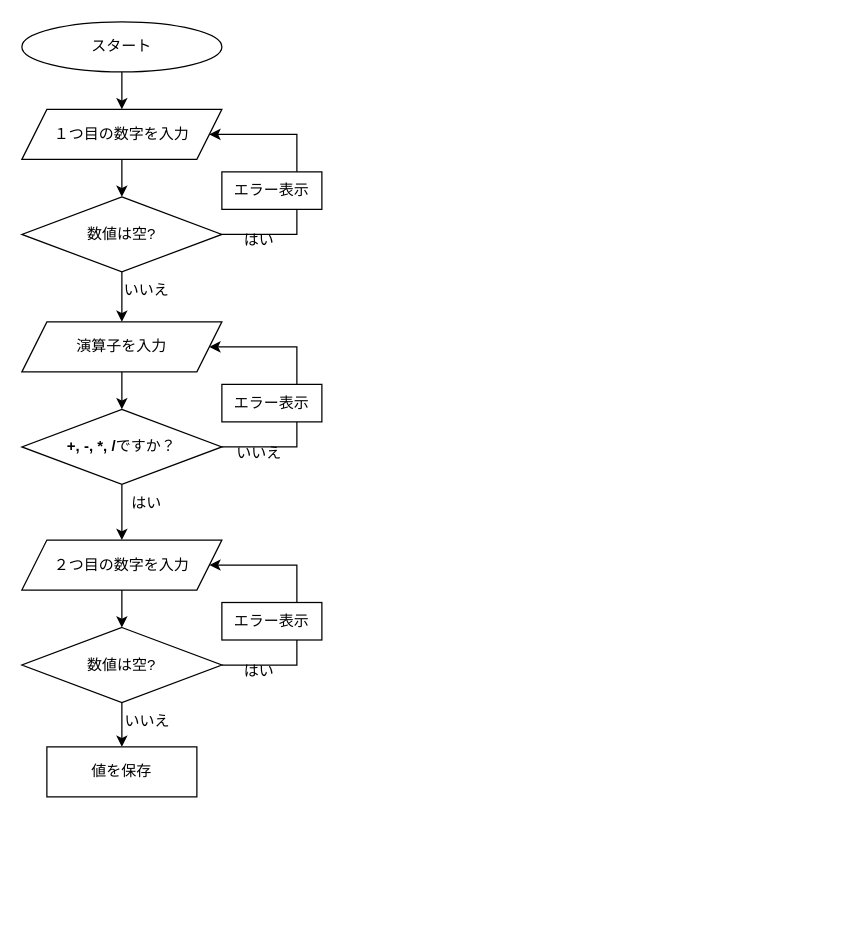
The draw.io diagram Kosen-E/clacls.drawio in kqnade/drawios, before the edit. Source tidied: cells renumbered, new cells numbered last; positions are measured from the earlier drawing's top-left corner, leaving out a move shared by most shapes. Both pictures are drawn from the tidied source at 125%, with x=0, y=0 at pixel (21, 21).
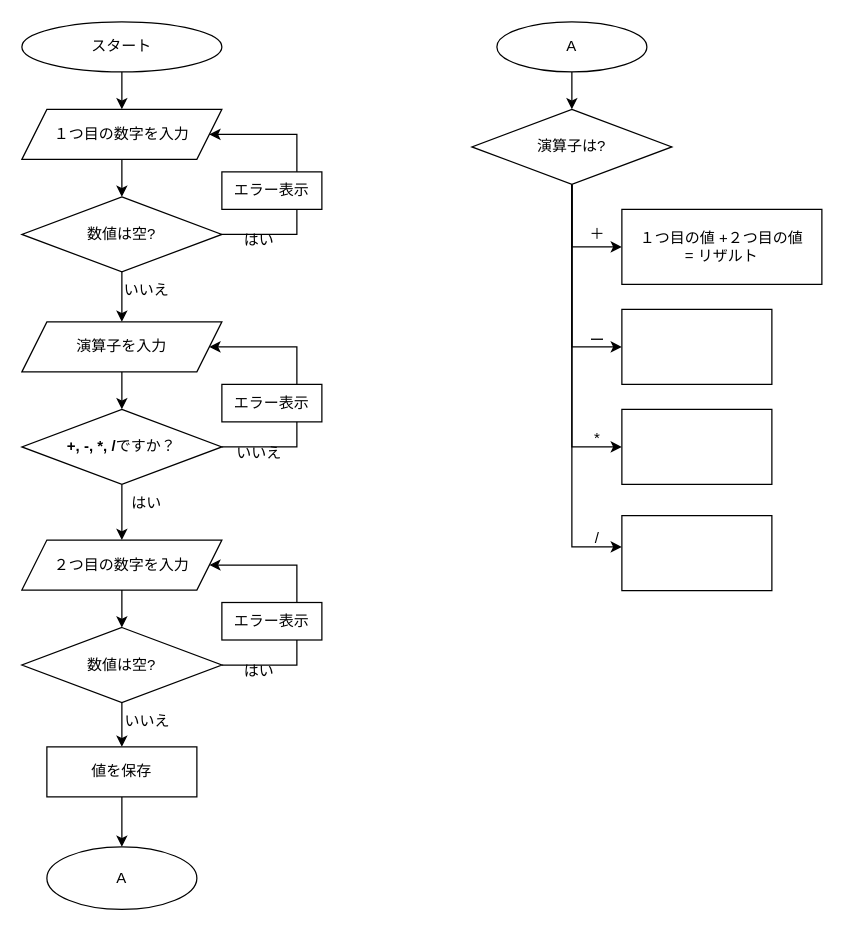
After the change.

Commit message (it also covers changes not shown here):
clacls.drawio を更新します

The change refers to these unchanged cells:
```xml
<mxCell id="27" value="値を保存" style="rounded=0;whiteSpace=wrap;html=1;" parent="1" vertex="1">
  <mxGeometry x="20" y="580" width="120" height="40" as="geometry" />
</mxCell>
```

What changed in the source:
```diff
@@
+    <mxCell id="29" style="edgeStyle=orthogonalEdgeStyle;rounded=0;jettySize=auto;html=1;entryX=0.5;entryY=0;entryDx=0;entryDy=0;" parent="1" edge="1" source="27" target="30">
+      <mxGeometry relative="1" as="geometry" />
+    </mxCell>
@@
+    <mxCell id="30" value="A" style="ellipse;whiteSpace=wrap;html=1;" parent="1" vertex="1">
+      <mxGeometry x="20" y="660" width="120" height="50" as="geometry" />
+    </mxCell>
+    <mxCell id="31" style="edgeStyle=orthogonalEdgeStyle;rounded=0;jettySize=auto;html=1;entryX=0.5;entryY=0;entryDx=0;entryDy=0;" parent="1" edge="1" source="32" target="34">
+      <mxGeometry relative="1" as="geometry" />
+    </mxCell>
+    <mxCell id="32" value="A" style="ellipse;whiteSpace=wrap;html=1;" parent="1" vertex="1">
+      <mxGeometry x="380" width="120" height="40" as="geometry" />
+    </mxCell>
+    <mxCell id="33" style="edgeStyle=orthogonalEdgeStyle;rounded=0;jettySize=auto;html=1;entryX=0;entryY=0.5;entryDx=0;entryDy=0;" parent="1" edge="1" source="34" target="35">
+      <mxGeometry relative="1" as="geometry" />
+    </mxCell>
+    <mxCell id="34" value="演算子は?" style="rhombus;whiteSpace=wrap;html=1;" parent="1" vertex="1">
+      <mxGeometry x="360" y="70" width="160" height="60" as="geometry" />
+    </mxCell>
+    <mxCell id="35" value="&lt;div&gt;１つ目の値 +２つ目の値&lt;/div&gt;= リザルト" style="rounded=0;whiteSpace=wrap;html=1;" parent="1" vertex="1">
+      <mxGeometry x="480" y="150" width="160" height="60" as="geometry" />
+    </mxCell>
+    <mxCell id="36" style="rounded=0;whiteSpace=wrap;html=1;" parent="1" vertex="1">
+      <mxGeometry x="480" y="230" width="120" height="60" as="geometry" />
+    </mxCell>
+    <mxCell id="37" style="rounded=0;whiteSpace=wrap;html=1;" parent="1" vertex="1">
+      <mxGeometry x="480" y="310" width="120" height="60" as="geometry" />
+    </mxCell>
+    <mxCell id="38" style="rounded=0;whiteSpace=wrap;html=1;" parent="1" vertex="1">
+      <mxGeometry x="480" y="395" width="120" height="60" as="geometry" />
+    </mxCell>
+    <mxCell id="39" style="endArrow=classic;html=1;rounded=0;entryX=0;entryY=0.5;entryDx=0;entryDy=0;" parent="1" edge="1" target="36">
+      <mxGeometry relative="1" as="geometry">
+        <mxPoint x="440" y="130" as="sourcePoint" />
+        <Array as="points">
+          <mxPoint x="440" y="260" />
+        </Array>
+      </mxGeometry>
+    </mxCell>
+    <mxCell id="40" style="endArrow=classic;html=1;rounded=0;exitX=0.5;exitY=1;exitDx=0;exitDy=0;" parent="1" edge="1" source="34">
+      <mxGeometry relative="1" as="geometry">
+        <mxPoint x="480" y="340" as="targetPoint" />
+        <Array as="points">
+          <mxPoint x="440" y="340" />
+        </Array>
+      </mxGeometry>
+    </mxCell>
+    <mxCell id="41" style="endArrow=classic;html=1;rounded=0;" parent="1" edge="1">
+      <mxGeometry relative="1" as="geometry">
+        <mxPoint x="440" y="130" as="sourcePoint" />
+        <mxPoint x="480" y="420" as="targetPoint" />
+        <Array as="points">
+          <mxPoint x="440" y="420" />
+        </Array>
+      </mxGeometry>
+    </mxCell>
+    <mxCell id="42" value="＋" style="text;html=1;align=center;verticalAlign=middle;strokeColor=none;fillColor=none;" parent="1" vertex="1">
+      <mxGeometry x="440" y="155" width="40" height="30" as="geometry" />
+    </mxCell>
+    <mxCell id="43" value="ー" style="text;html=1;align=center;verticalAlign=middle;strokeColor=none;fillColor=none;" parent="1" vertex="1">
+      <mxGeometry x="440" y="240" width="40" height="30" as="geometry" />
+    </mxCell>
+    <mxCell id="44" value="*" style="text;html=1;align=center;verticalAlign=middle;strokeColor=none;fillColor=none;" parent="1" vertex="1">
+      <mxGeometry x="445" y="318" width="30" height="30" as="geometry" />
+    </mxCell>
+    <mxCell id="45" value="/" style="text;html=1;align=center;verticalAlign=middle;strokeColor=none;fillColor=none;" parent="1" vertex="1">
+      <mxGeometry x="445" y="398" width="30" height="30" as="geometry" />
+    </mxCell>
```
